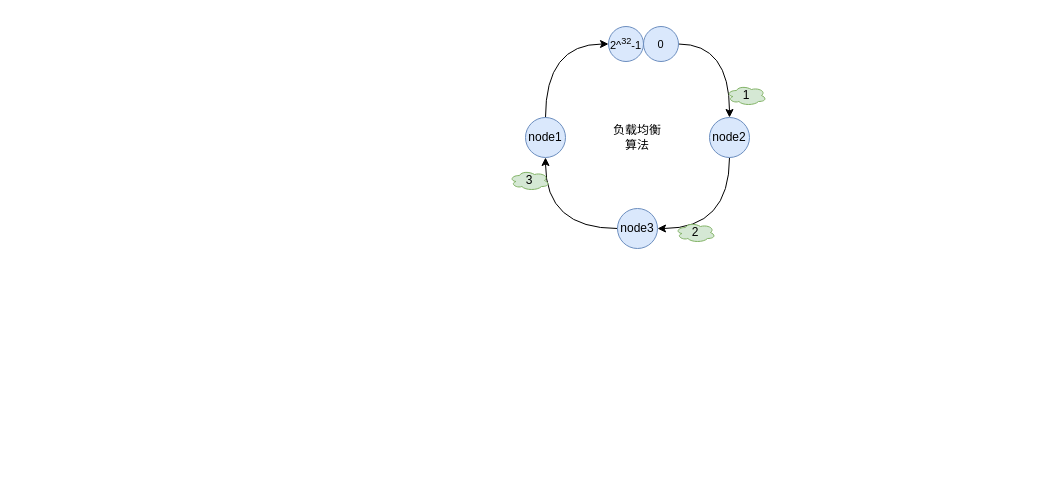
Before: rpc.drawio in devinOoO/rpc-learning, a draw.io diagram. Source tidied: cells renumbered, new cells numbered last; positions are measured from the earlier drawing's top-left corner, leaving out a move shared by most shapes. Both pictures are drawn from the tidied source at 100%, with x=0, y=0 at pixel (509, 26).
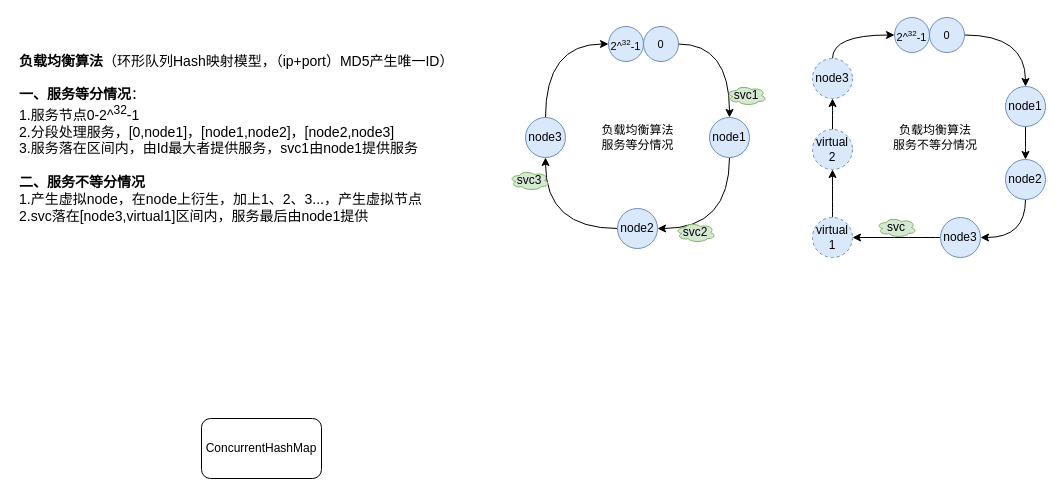
Above is the later version.

Diff of the diagram source:
```diff
@@
-    <mxCell id="3" value="node2" style="ellipse;whiteSpace=wrap;html=1;fillColor=#dae8fc;strokeColor=#6c8ebf;" parent="1" vertex="1">
+    <mxCell id="3" value="node1" style="ellipse;whiteSpace=wrap;html=1;fillColor=#dae8fc;strokeColor=#6c8ebf;" parent="1" vertex="1">
       <mxGeometry x="200" y="91" width="40" height="40" as="geometry" />
     </mxCell>
@@
-    <mxCell id="5" value="node3" style="ellipse;whiteSpace=wrap;html=1;fillColor=#dae8fc;strokeColor=#6c8ebf;" parent="1" vertex="1">
+    <mxCell id="5" value="node2" style="ellipse;whiteSpace=wrap;html=1;fillColor=#dae8fc;strokeColor=#6c8ebf;" parent="1" vertex="1">
       <mxGeometry x="108" y="182" width="40" height="40" as="geometry" />
     </mxCell>
@@
-    <mxCell id="7" value="node1" style="ellipse;whiteSpace=wrap;html=1;fillColor=#dae8fc;strokeColor=#6c8ebf;" parent="1" vertex="1">
+    <mxCell id="7" value="node3" style="ellipse;whiteSpace=wrap;html=1;fillColor=#dae8fc;strokeColor=#6c8ebf;" parent="1" vertex="1">
       <mxGeometry x="16" y="91" width="40" height="40" as="geometry" />
     </mxCell>
-    <mxCell id="8" value="&lt;font style=&quot;font-size: 11px;&quot;&gt;2^&lt;sup&gt;32&lt;/sup&gt;-1&lt;/font&gt;" style="ellipse;whiteSpace=wrap;html=1;fillColor=#dae8fc;strokeColor=#6c8ebf;" parent="1" vertex="1">
+    <mxCell id="8" value="&lt;font style=&quot;&quot;&gt;&lt;span style=&quot;font-size: 11px;&quot;&gt;2^&lt;/span&gt;&lt;sup style=&quot;&quot;&gt;&lt;font style=&quot;font-size: 8px;&quot;&gt;32&lt;/font&gt;&lt;/sup&gt;&lt;span style=&quot;font-size: 11px;&quot;&gt;-1&lt;/span&gt;&lt;/font&gt;" style="ellipse;whiteSpace=wrap;html=1;fillColor=#dae8fc;strokeColor=#6c8ebf;" parent="1" vertex="1">
       <mxGeometry x="99" width="35" height="35" as="geometry" />
     </mxCell>
@@
-    <mxCell id="11" value="1" style="ellipse;shape=cloud;whiteSpace=wrap;html=1;fillColor=#d5e8d4;strokeColor=#82b366;" parent="1" vertex="1">
+    <mxCell id="11" value="svc1" style="ellipse;shape=cloud;whiteSpace=wrap;html=1;fillColor=#d5e8d4;strokeColor=#82b366;" parent="1" vertex="1">
       <mxGeometry x="217" y="59" width="40" height="20" as="geometry" />
     </mxCell>
-    <mxCell id="12" value="2" style="ellipse;shape=cloud;whiteSpace=wrap;html=1;fillColor=#d5e8d4;strokeColor=#82b366;" parent="1" vertex="1">
+    <mxCell id="12" value="svc2" style="ellipse;shape=cloud;whiteSpace=wrap;html=1;fillColor=#d5e8d4;strokeColor=#82b366;" parent="1" vertex="1">
       <mxGeometry x="166" y="196" width="40" height="20" as="geometry" />
     </mxCell>
-    <mxCell id="13" value="3" style="ellipse;shape=cloud;whiteSpace=wrap;html=1;fillColor=#d5e8d4;strokeColor=#82b366;" parent="1" vertex="1">
+    <mxCell id="13" value="svc3" style="ellipse;shape=cloud;whiteSpace=wrap;html=1;fillColor=#d5e8d4;strokeColor=#82b366;" parent="1" vertex="1">
       <mxGeometry y="144" width="40" height="20" as="geometry" />
     </mxCell>
-    <mxCell id="14" value="负载均衡算法" style="text;html=1;align=center;verticalAlign=middle;whiteSpace=wrap;rounded=0;" parent="1" vertex="1">
-      <mxGeometry x="98" y="96" width="60" height="30" as="geometry" />
+    <mxCell id="14" value="负载均衡算法&lt;div&gt;服务等分情况&lt;/div&gt;" style="text;html=1;align=center;verticalAlign=middle;whiteSpace=wrap;rounded=0;" parent="1" vertex="1">
+      <mxGeometry x="90.5" y="96" width="75" height="30" as="geometry" />
     </mxCell>
+    <mxCell id="15" value="&lt;div&gt;&lt;font size=&quot;1&quot; style=&quot;&quot;&gt;&lt;b style=&quot;font-size: 14px;&quot;&gt;负载均衡算法&lt;/b&gt;&lt;span style=&quot;font-size: 14px;&quot;&gt;（&lt;/span&gt;&lt;/font&gt;&lt;span style=&quot;background-color: initial;&quot;&gt;环形队列Hash映射模型，（ip+port）&lt;/span&gt;&lt;span style=&quot;background-color: initial;&quot;&gt;MD5产生唯一ID）&lt;/span&gt;&lt;/div&gt;&lt;div&gt;&lt;span style=&quot;background-color: initial;&quot;&gt;&lt;br&gt;&lt;/span&gt;&lt;/div&gt;&lt;div&gt;&lt;font style=&quot;&quot;&gt;&lt;b&gt;一、服务等分情况&lt;/b&gt;：&lt;/font&gt;&lt;/div&gt;&lt;blockquote style=&quot;margin: 0 0 0 40px; border: none; padding: 0px;&quot;&gt;&lt;/blockquote&gt;&lt;span style=&quot;background-color: initial;&quot;&gt;1.服务节点0-2^&lt;/span&gt;&lt;sup style=&quot;background-color: initial;&quot;&gt;&lt;font style=&quot;font-size: 12px;&quot;&gt;32&lt;/font&gt;&lt;/sup&gt;&lt;span style=&quot;background-color: initial;&quot;&gt;-1&lt;/span&gt;&lt;br&gt;&lt;span style=&quot;background-color: initial;&quot;&gt;2.分段处理服务，[0,node1]，[node1,node2]，[node2,node3]&lt;/span&gt;&lt;br&gt;&lt;div style=&quot;&quot;&gt;&lt;font style=&quot;font-size: 14px;&quot;&gt;3.服务落在区间内，由Id最大者提供服务，svc1由node1提供服务&lt;/font&gt;&lt;/div&gt;&lt;div style=&quot;&quot;&gt;&lt;font style=&quot;font-size: 14px;&quot;&gt;&lt;br&gt;&lt;/font&gt;&lt;/div&gt;&lt;div style=&quot;&quot;&gt;&lt;b&gt;二、服务不等分情况&lt;/b&gt;&lt;/div&gt;&lt;div style=&quot;&quot;&gt;1.产生虚拟node，在node上衍生，加上1、2、3...，产生虚拟节点&lt;/div&gt;&lt;div style=&quot;&quot;&gt;2.svc落在[node3,virtual1]区间内，服务最后由node1提供&lt;/div&gt;" style="text;html=1;align=left;verticalAlign=middle;whiteSpace=wrap;rounded=0;fontSize=14;spacingTop=2;" parent="1" vertex="1">
+      <mxGeometry x="-492" y="16.2" width="444" height="189.5" as="geometry" />
+    </mxCell>
+    <mxCell id="16" style="edgeStyle=orthogonalEdgeStyle;curved=1;rounded=0;jettySize=auto;html=1;exitX=0.5;exitY=1;exitDx=0;exitDy=0;" parent="1" edge="1" source="17" target="19">
+      <mxGeometry relative="1" as="geometry" />
+    </mxCell>
+    <mxCell id="17" value="node1" style="ellipse;whiteSpace=wrap;html=1;fillColor=#dae8fc;strokeColor=#6c8ebf;" parent="1" vertex="1">
+      <mxGeometry x="496" y="60" width="40" height="40" as="geometry" />
+    </mxCell>
+    <mxCell id="18" style="edgeStyle=orthogonalEdgeStyle;curved=1;rounded=0;jettySize=auto;html=1;exitX=0.5;exitY=1;exitDx=0;exitDy=0;entryX=1;entryY=0.5;entryDx=0;entryDy=0;" parent="1" edge="1" source="19" target="21">
+      <mxGeometry relative="1" as="geometry" />
+    </mxCell>
+    <mxCell id="19" value="node2" style="ellipse;whiteSpace=wrap;html=1;fillColor=#dae8fc;strokeColor=#6c8ebf;" parent="1" vertex="1">
+      <mxGeometry x="496" y="133" width="40" height="40" as="geometry" />
+    </mxCell>
+    <mxCell id="20" style="edgeStyle=orthogonalEdgeStyle;curved=1;rounded=0;jettySize=auto;html=1;exitX=0;exitY=0.5;exitDx=0;exitDy=0;entryX=1;entryY=0.5;entryDx=0;entryDy=0;" parent="1" edge="1" source="21" target="28">
+      <mxGeometry relative="1" as="geometry" />
+    </mxCell>
+    <mxCell id="21" value="node3" style="ellipse;whiteSpace=wrap;html=1;fillColor=#dae8fc;strokeColor=#6c8ebf;" parent="1" vertex="1">
+      <mxGeometry x="431" y="191" width="40" height="40" as="geometry" />
+    </mxCell>
+    <mxCell id="22" value="&lt;font style=&quot;&quot;&gt;&lt;span style=&quot;font-size: 11px;&quot;&gt;2^&lt;/span&gt;&lt;sup style=&quot;&quot;&gt;&lt;font style=&quot;font-size: 8px;&quot;&gt;32&lt;/font&gt;&lt;/sup&gt;&lt;span style=&quot;font-size: 11px;&quot;&gt;-1&lt;/span&gt;&lt;/font&gt;" style="ellipse;whiteSpace=wrap;html=1;fillColor=#dae8fc;strokeColor=#6c8ebf;" parent="1" vertex="1">
+      <mxGeometry x="385" y="-9" width="35" height="35" as="geometry" />
+    </mxCell>
+    <mxCell id="23" style="edgeStyle=orthogonalEdgeStyle;curved=1;rounded=0;jettySize=auto;html=1;exitX=1;exitY=0.5;exitDx=0;exitDy=0;entryX=0.5;entryY=0;entryDx=0;entryDy=0;" parent="1" edge="1" source="24" target="17">
+      <mxGeometry relative="1" as="geometry" />
+    </mxCell>
+    <mxCell id="24" value="0" style="ellipse;whiteSpace=wrap;html=1;fontSize=11;fillColor=#dae8fc;strokeColor=#6c8ebf;" parent="1" vertex="1">
+      <mxGeometry x="420" y="-9" width="35" height="35" as="geometry" />
+    </mxCell>
+    <mxCell id="25" value="svc" style="ellipse;shape=cloud;whiteSpace=wrap;html=1;fillColor=#d5e8d4;strokeColor=#82b366;" parent="1" vertex="1">
+      <mxGeometry x="367" y="191" width="40" height="20" as="geometry" />
+    </mxCell>
+    <mxCell id="26" value="负载均衡算法&lt;div&gt;服务不等分情况&lt;/div&gt;" style="text;html=1;align=center;verticalAlign=middle;whiteSpace=wrap;rounded=0;" parent="1" vertex="1">
+      <mxGeometry x="383" y="96" width="86" height="30" as="geometry" />
+    </mxCell>
+    <mxCell id="27" style="edgeStyle=orthogonalEdgeStyle;curved=1;rounded=0;jettySize=auto;html=1;exitX=0.5;exitY=0;exitDx=0;exitDy=0;entryX=0.5;entryY=1;entryDx=0;entryDy=0;" parent="1" edge="1" source="28" target="30">
+      <mxGeometry relative="1" as="geometry" />
+    </mxCell>
+    <mxCell id="28" value="virtual 1" style="ellipse;whiteSpace=wrap;html=1;fillColor=#dae8fc;strokeColor=#6c8ebf;dashed=1;" parent="1" vertex="1">
+      <mxGeometry x="303" y="191" width="40" height="40" as="geometry" />
+    </mxCell>
+    <mxCell id="29" style="edgeStyle=orthogonalEdgeStyle;curved=1;rounded=0;jettySize=auto;html=1;exitX=0.5;exitY=0;exitDx=0;exitDy=0;" parent="1" edge="1" source="30" target="32">
+      <mxGeometry relative="1" as="geometry" />
+    </mxCell>
+    <mxCell id="30" value="virtual 2" style="ellipse;whiteSpace=wrap;html=1;fillColor=#dae8fc;strokeColor=#6c8ebf;dashed=1;" parent="1" vertex="1">
+      <mxGeometry x="303" y="103" width="40" height="40" as="geometry" />
+    </mxCell>
+    <mxCell id="31" style="edgeStyle=orthogonalEdgeStyle;curved=1;rounded=0;jettySize=auto;html=1;exitX=0.5;exitY=0;exitDx=0;exitDy=0;entryX=0;entryY=0.5;entryDx=0;entryDy=0;" parent="1" edge="1" source="32" target="22">
+      <mxGeometry relative="1" as="geometry" />
+    </mxCell>
+    <mxCell id="32" value="node3" style="ellipse;whiteSpace=wrap;html=1;fillColor=#dae8fc;strokeColor=#6c8ebf;dashed=1;" parent="1" vertex="1">
+      <mxGeometry x="303" y="32" width="40" height="40" as="geometry" />
+    </mxCell>
+    <mxCell id="33" value="ConcurrentHashMap" style="rounded=1;whiteSpace=wrap;html=1;" parent="1" vertex="1">
+      <mxGeometry x="-308" y="392" width="120" height="60" as="geometry" />
+    </mxCell>
```
